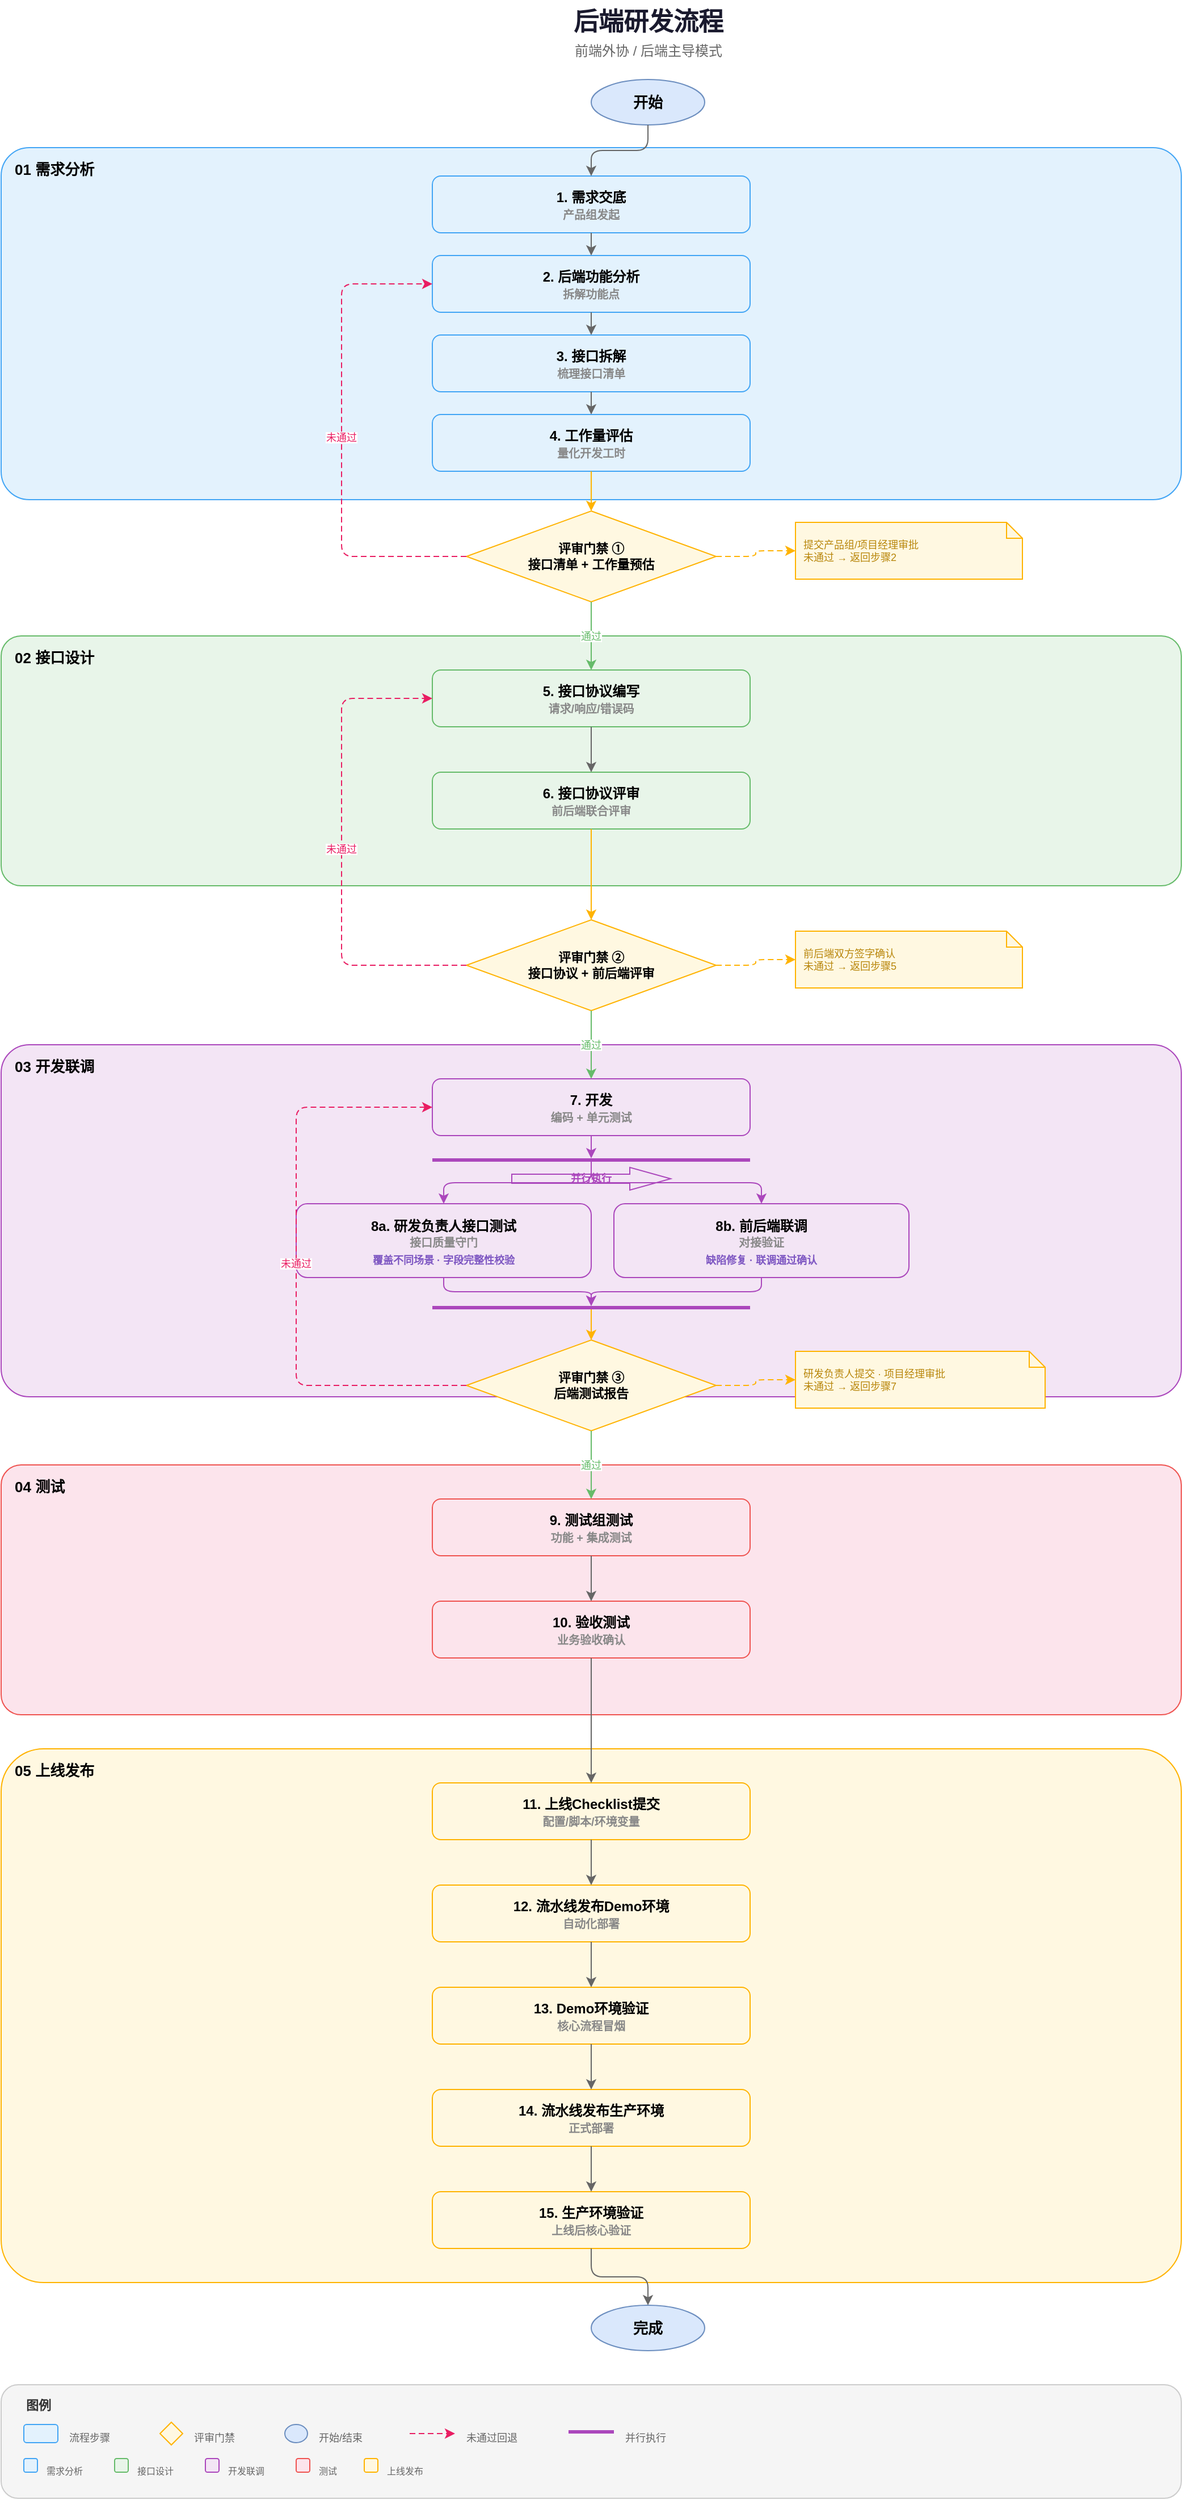
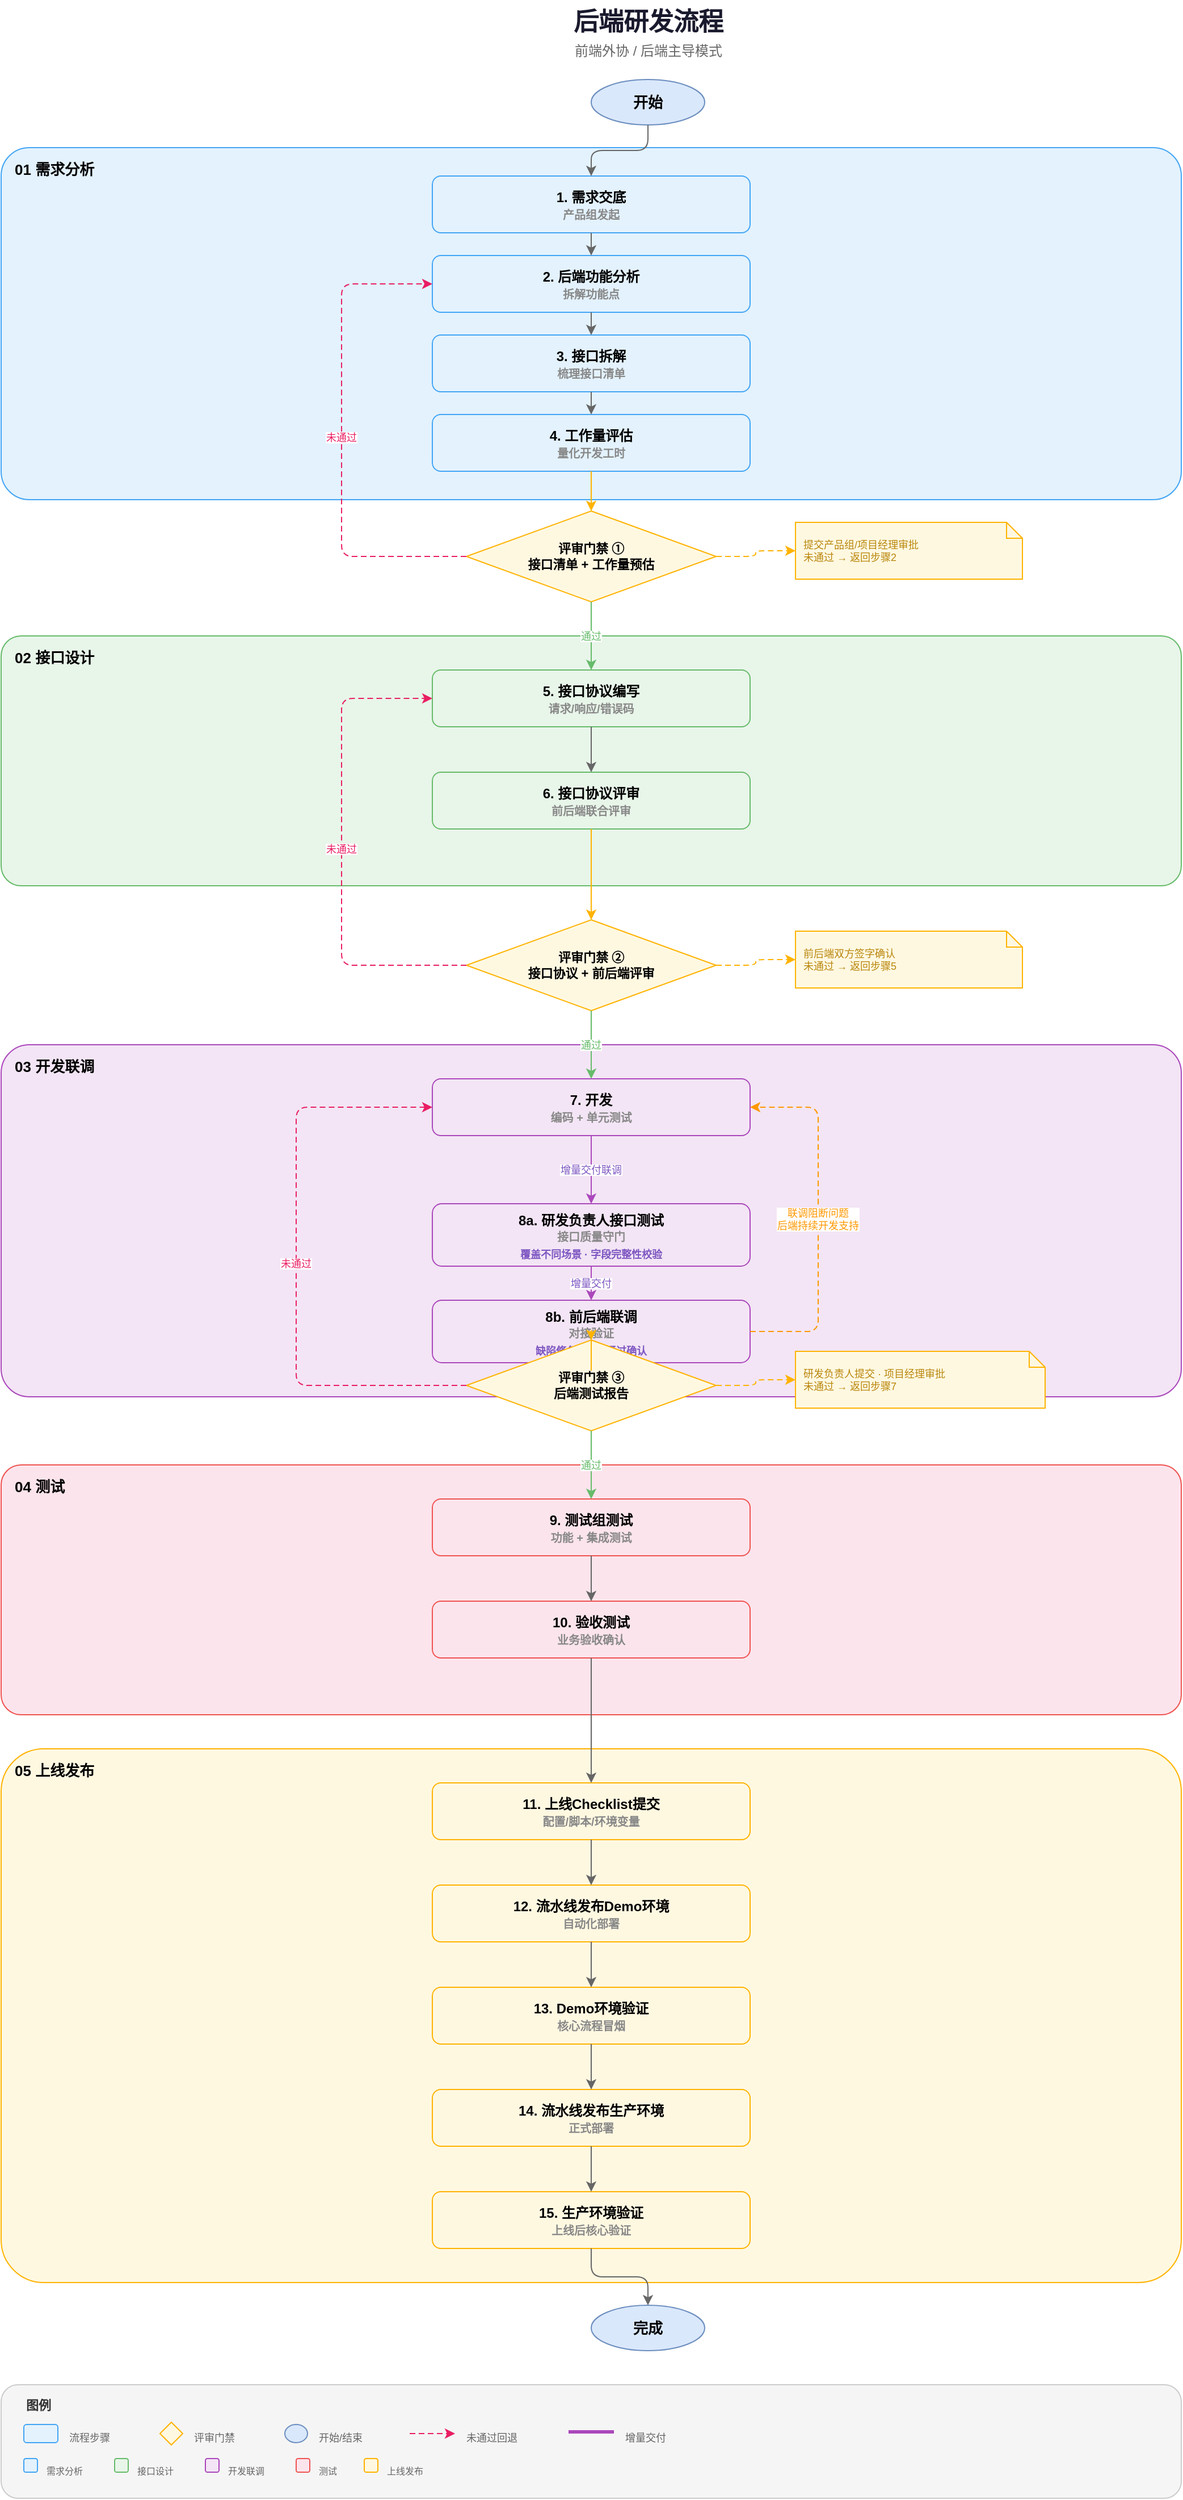
<mxfile host="app.diagrams.net" modified="2026-06-11T12:00:00.000Z" agent="Trae" version="24.0.0" type="device">
  <diagram id="backend-dev-process" name="后端研发流程">
    <mxGraphModel dx="1422" dy="762" grid="1" gridSize="10" guides="1" tooltips="1" connect="1" arrows="1" fold="1" page="1" pageScale="1" pageWidth="1600" pageHeight="2400" math="0" shadow="0">
      <root>
        <mxCell id="0"/>
        <mxCell id="1" parent="0"/>

        <!-- Title -->
        <mxCell id="title" value="后端研发流程" style="text;html=1;fontSize=22;fontStyle=1;align=center;verticalAlign=middle;fillColor=none;strokeColor=none;fontColor=#1a1a2e;" vertex="1" parent="1">
          <mxGeometry x="500" y="20" width="300" height="40" as="geometry"/>
        </mxCell>
        <mxCell id="subtitle" value="前端外协 / 后端主导模式" style="text;html=1;fontSize=12;align=center;verticalAlign=middle;fillColor=none;strokeColor=none;fontColor=#666666;" vertex="1" parent="1">
          <mxGeometry x="500" y="55" width="300" height="20" as="geometry"/>
        </mxCell>

        <!-- Start -->
        <mxCell id="start" value="开始" style="ellipse;whiteSpace=wrap;html=1;fillColor=#dae8fc;strokeColor=#6c8ebf;fontStyle=1;fontSize=13;" vertex="1" parent="1">
          <mxGeometry x="600" y="90" width="100" height="40" as="geometry"/>
        </mxCell>

        <!-- ==================== Phase 1: 需求分析 ==================== -->
        <mxCell id="phase1" value="01 需求分析" style="shape=mxgraph.c4x.group;whiteSpace=wrap;html=1;fillColor=#E3F2FD;strokeColor=#42A5F5;fontStyle=1;fontSize=13;verticalAlign=top;align=left;spacingLeft=10;spacingTop=5;rounded=1;arcSize=8;" vertex="1" parent="1">
          <mxGeometry x="80" y="150" width="1040" height="310" as="geometry"/>
        </mxCell>

        <mxCell id="step1" value="1. 需求交底&lt;br&gt;&lt;font color=&quot;#888&quot; style=&quot;font-size:10px&quot;&gt;产品组发起&lt;/font&gt;" style="rounded=1;whiteSpace=wrap;html=1;fillColor=#E3F2FD;strokeColor=#42A5F5;fontSize=12;fontStyle=1;verticalAlign=middle;spacingTop=2;" vertex="1" parent="1">
          <mxGeometry x="460" y="175" width="280" height="50" as="geometry"/>
        </mxCell>
        <mxCell id="step2" value="2. 后端功能分析&lt;br&gt;&lt;font color=&quot;#888&quot; style=&quot;font-size:10px&quot;&gt;拆解功能点&lt;/font&gt;" style="rounded=1;whiteSpace=wrap;html=1;fillColor=#E3F2FD;strokeColor=#42A5F5;fontSize=12;fontStyle=1;verticalAlign=middle;spacingTop=2;" vertex="1" parent="1">
          <mxGeometry x="460" y="245" width="280" height="50" as="geometry"/>
        </mxCell>
        <mxCell id="step3" value="3. 接口拆解&lt;br&gt;&lt;font color=&quot;#888&quot; style=&quot;font-size:10px&quot;&gt;梳理接口清单&lt;/font&gt;" style="rounded=1;whiteSpace=wrap;html=1;fillColor=#E3F2FD;strokeColor=#42A5F5;fontSize=12;fontStyle=1;verticalAlign=middle;spacingTop=2;" vertex="1" parent="1">
          <mxGeometry x="460" y="315" width="280" height="50" as="geometry"/>
        </mxCell>
        <mxCell id="step4" value="4. 工作量评估&lt;br&gt;&lt;font color=&quot;#888&quot; style=&quot;font-size:10px&quot;&gt;量化开发工时&lt;/font&gt;" style="rounded=1;whiteSpace=wrap;html=1;fillColor=#E3F2FD;strokeColor=#42A5F5;fontSize=12;fontStyle=1;verticalAlign=middle;spacingTop=2;" vertex="1" parent="1">
          <mxGeometry x="460" y="385" width="280" height="50" as="geometry"/>
        </mxCell>

        <!-- Arrows Phase 1 -->
        <mxCell id="a_start_s1" style="edgeStyle=orthogonalEdgeStyle;rounded=1;strokeColor=#666666;" edge="1" source="start" target="step1" parent="1">
          <mxGeometry relative="1" as="geometry"/>
        </mxCell>
        <mxCell id="a_s1_s2" style="edgeStyle=orthogonalEdgeStyle;rounded=1;strokeColor=#666666;" edge="1" source="step1" target="step2" parent="1">
          <mxGeometry relative="1" as="geometry"/>
        </mxCell>
        <mxCell id="a_s2_s3" style="edgeStyle=orthogonalEdgeStyle;rounded=1;strokeColor=#666666;" edge="1" source="step2" target="step3" parent="1">
          <mxGeometry relative="1" as="geometry"/>
        </mxCell>
        <mxCell id="a_s3_s4" style="edgeStyle=orthogonalEdgeStyle;rounded=1;strokeColor=#666666;" edge="1" source="step3" target="step4" parent="1">
          <mxGeometry relative="1" as="geometry"/>
        </mxCell>

        <!-- Gate 1 -->
        <mxCell id="gate1" value="评审门禁 ①&lt;br&gt;接口清单 + 工作量预估" style="rhombus;whiteSpace=wrap;html=1;fillColor=#FFF8E1;strokeColor=#FFB300;fontSize=11;fontStyle=1;verticalAlign=middle;" vertex="1" parent="1">
          <mxGeometry x="490" y="470" width="220" height="80" as="geometry"/>
        </mxCell>
        <mxCell id="gate1_note" value="提交产品组/项目经理审批&lt;br&gt;未通过 → 返回步骤2" style="shape=note;whiteSpace=wrap;html=1;size=14;fillColor=#FFF8E1;strokeColor=#FFB300;fontSize=9;fontColor=#B8860B;align=left;spacingLeft=5;" vertex="1" parent="1">
          <mxGeometry x="780" y="480" width="200" height="50" as="geometry"/>
        </mxCell>
        <mxCell id="a_gate1_note" style="edgeStyle=orthogonalEdgeStyle;rounded=1;strokeColor=#FFB300;dashed=1;dashPattern=5 3;" edge="1" source="gate1" target="gate1_note" parent="1">
          <mxGeometry relative="1" as="geometry"/>
        </mxCell>

        <mxCell id="a_s4_g1" style="edgeStyle=orthogonalEdgeStyle;rounded=1;strokeColor=#FFB300;" edge="1" source="step4" target="gate1" parent="1">
          <mxGeometry relative="1" as="geometry"/>
        </mxCell>
        <mxCell id="a_g1_fail" value="未通过" style="edgeStyle=orthogonalEdgeStyle;rounded=1;strokeColor=#E91E63;dashed=1;dashPattern=5 3;fontSize=9;fontColor=#E91E63;exitX=0;exitY=0.5;exitDx=0;exitDy=0;entryX=0;entryY=0.5;entryDx=0;entryDy=0;" edge="1" source="gate1" target="step2" parent="1">
          <mxGeometry relative="1" as="geometry">
            <Array as="points">
              <mxPoint x="380" y="510"/>
              <mxPoint x="380" y="270"/>
            </Array>
          </mxGeometry>
        </mxCell>

        <!-- ==================== Phase 2: 接口设计 ==================== -->
        <mxCell id="phase2" value="02 接口设计" style="shape=mxgraph.c4x.group;whiteSpace=wrap;html=1;fillColor=#E8F5E9;strokeColor=#66BB6A;fontStyle=1;fontSize=13;verticalAlign=top;align=left;spacingLeft=10;spacingTop=5;rounded=1;arcSize=8;" vertex="1" parent="1">
          <mxGeometry x="80" y="580" width="1040" height="220" as="geometry"/>
        </mxCell>

        <mxCell id="step5" value="5. 接口协议编写&lt;br&gt;&lt;font color=&quot;#888&quot; style=&quot;font-size:10px&quot;&gt;请求/响应/错误码&lt;/font&gt;" style="rounded=1;whiteSpace=wrap;html=1;fillColor=#E8F5E9;strokeColor=#66BB6A;fontSize=12;fontStyle=1;verticalAlign=middle;spacingTop=2;" vertex="1" parent="1">
          <mxGeometry x="460" y="610" width="280" height="50" as="geometry"/>
        </mxCell>
        <mxCell id="step6" value="6. 接口协议评审&lt;br&gt;&lt;font color=&quot;#888&quot; style=&quot;font-size:10px&quot;&gt;前后端联合评审&lt;/font&gt;" style="rounded=1;whiteSpace=wrap;html=1;fillColor=#E8F5E9;strokeColor=#66BB6A;fontSize=12;fontStyle=1;verticalAlign=middle;spacingTop=2;" vertex="1" parent="1">
          <mxGeometry x="460" y="700" width="280" height="50" as="geometry"/>
        </mxCell>

        <mxCell id="a_g1_s5" value="通过" style="edgeStyle=orthogonalEdgeStyle;rounded=1;strokeColor=#66BB6A;fontSize=9;fontColor=#66BB6A;" edge="1" source="gate1" target="step5" parent="1">
          <mxGeometry relative="1" as="geometry"/>
        </mxCell>
        <mxCell id="a_s5_s6" style="edgeStyle=orthogonalEdgeStyle;rounded=1;strokeColor=#666666;" edge="1" source="step5" target="step6" parent="1">
          <mxGeometry relative="1" as="geometry"/>
        </mxCell>

        <!-- Gate 2 -->
        <mxCell id="gate2" value="评审门禁 ②&lt;br&gt;接口协议 + 前后端评审" style="rhombus;whiteSpace=wrap;html=1;fillColor=#FFF8E1;strokeColor=#FFB300;fontSize=11;fontStyle=1;verticalAlign=middle;" vertex="1" parent="1">
          <mxGeometry x="490" y="830" width="220" height="80" as="geometry"/>
        </mxCell>
        <mxCell id="gate2_note" value="前后端双方签字确认&lt;br&gt;未通过 → 返回步骤5" style="shape=note;whiteSpace=wrap;html=1;size=14;fillColor=#FFF8E1;strokeColor=#FFB300;fontSize=9;fontColor=#B8860B;align=left;spacingLeft=5;" vertex="1" parent="1">
          <mxGeometry x="780" y="840" width="200" height="50" as="geometry"/>
        </mxCell>
        <mxCell id="a_gate2_note" style="edgeStyle=orthogonalEdgeStyle;rounded=1;strokeColor=#FFB300;dashed=1;dashPattern=5 3;" edge="1" source="gate2" target="gate2_note" parent="1">
          <mxGeometry relative="1" as="geometry"/>
        </mxCell>

        <mxCell id="a_s6_g2" style="edgeStyle=orthogonalEdgeStyle;rounded=1;strokeColor=#FFB300;" edge="1" source="step6" target="gate2" parent="1">
          <mxGeometry relative="1" as="geometry"/>
        </mxCell>
        <mxCell id="a_g2_fail" value="未通过" style="edgeStyle=orthogonalEdgeStyle;rounded=1;strokeColor=#E91E63;dashed=1;dashPattern=5 3;fontSize=9;fontColor=#E91E63;exitX=0;exitY=0.5;exitDx=0;exitDy=0;entryX=0;entryY=0.5;entryDx=0;entryDy=0;" edge="1" source="gate2" target="step5" parent="1">
          <mxGeometry relative="1" as="geometry">
            <Array as="points">
              <mxPoint x="380" y="870"/>
              <mxPoint x="380" y="635"/>
            </Array>
          </mxGeometry>
        </mxCell>

        <!-- ==================== Phase 3: 开发联调 ==================== -->
        <mxCell id="phase3" value="03 开发联调" style="shape=mxgraph.c4x.group;whiteSpace=wrap;html=1;fillColor=#F3E5F5;strokeColor=#AB47BC;fontStyle=1;fontSize=13;verticalAlign=top;align=left;spacingLeft=10;spacingTop=5;rounded=1;arcSize=8;" vertex="1" parent="1">
          <mxGeometry x="80" y="940" width="1040" height="310" as="geometry"/>
        </mxCell>

        <mxCell id="step7" value="7. 开发&lt;br&gt;&lt;font color=&quot;#888&quot; style=&quot;font-size:10px&quot;&gt;编码 + 单元测试&lt;/font&gt;" style="rounded=1;whiteSpace=wrap;html=1;fillColor=#F3E5F5;strokeColor=#AB47BC;fontSize=12;fontStyle=1;verticalAlign=middle;spacingTop=2;" vertex="1" parent="1">
          <mxGeometry x="460" y="970" width="280" height="50" as="geometry"/>
        </mxCell>

        <mxCell id="a_g2_s7" value="通过" style="edgeStyle=orthogonalEdgeStyle;rounded=1;strokeColor=#66BB6A;fontSize=9;fontColor=#66BB6A;" edge="1" source="gate2" target="step7" parent="1">
          <mxGeometry relative="1" as="geometry"/>
        </mxCell>

-         <!-- Parallel bar (fork) -->
-         <mxCell id="fork_bar" value="" style="shape=line;fillColor=#AB47BC;strokeColor=#AB47BC;strokeWidth=3;" vertex="1" parent="1">
-           <mxGeometry x="460" y="1040" width="280" height="3" as="geometry"/>
-         </mxCell>
-         <mxCell id="a_s7_fork" style="edgeStyle=orthogonalEdgeStyle;rounded=1;strokeColor=#AB47BC;" edge="1" source="step7" target="fork_bar" parent="1">
-           <mxGeometry relative="1" as="geometry"/>
-         </mxCell>
- 
-         <!-- Parallel label -->
-         <mxCell id="parallel_label" value="并行执行" style="shape=mxgraph.arrows2.arrow;dy=0.6;dx=36;notch=0;fillColor=#F3E5F5;strokeColor=#AB47BC;fontSize=9;fontStyle=1;fontColor=#AB47BC;whiteSpace=wrap;align=center;" vertex="1" parent="1">
-           <mxGeometry x="530" y="1048" width="140" height="20" as="geometry"/>
-         </mxCell>
- 
        <!-- Step 8a -->
        <mxCell id="step8a" value="8a. 研发负责人接口测试&lt;br&gt;&lt;font color=&quot;#888&quot; style=&quot;font-size:10px&quot;&gt;接口质量守门&lt;/font&gt;&lt;br&gt;&lt;font color=&quot;#7E57C2&quot; style=&quot;font-size:9px&quot;&gt;覆盖不同场景 · 字段完整性校验&lt;/font&gt;" style="rounded=1;whiteSpace=wrap;html=1;fillColor=#F3E5F5;strokeColor=#AB47BC;fontSize=12;fontStyle=1;verticalAlign=middle;spacingTop=2;" vertex="1" parent="1">
-           <mxGeometry x="340" y="1080" width="260" height="65" as="geometry"/>
-         </mxCell>
+           <mxGeometry x="460" y="1080" width="280" height="55" as="geometry"/>
+         </mxCell>
+ 
+         <mxCell id="a_s7_8a" value="增量交付联调" style="edgeStyle=orthogonalEdgeStyle;rounded=1;strokeColor=#AB47BC;fontSize=9;fontColor=#7E57C2;" edge="1" source="step7" target="step8a" parent="1">
+           <mxGeometry relative="1" as="geometry"/>
+         </mxCell>
+ 
        <!-- Step 8b -->
        <mxCell id="step8b" value="8b. 前后端联调&lt;br&gt;&lt;font color=&quot;#888&quot; style=&quot;font-size:10px&quot;&gt;对接验证&lt;/font&gt;&lt;br&gt;&lt;font color=&quot;#7E57C2&quot; style=&quot;font-size:9px&quot;&gt;缺陷修复 · 联调通过确认&lt;/font&gt;" style="rounded=1;whiteSpace=wrap;html=1;fillColor=#F3E5F5;strokeColor=#AB47BC;fontSize=12;fontStyle=1;verticalAlign=middle;spacingTop=2;" vertex="1" parent="1">
-           <mxGeometry x="620" y="1080" width="260" height="65" as="geometry"/>
-         </mxCell>
- 
-         <mxCell id="a_fork_8a" style="edgeStyle=orthogonalEdgeStyle;rounded=1;strokeColor=#AB47BC;" edge="1" source="fork_bar" target="step8a" parent="1">
-           <mxGeometry relative="1" as="geometry"/>
-         </mxCell>
-         <mxCell id="a_fork_8b" style="edgeStyle=orthogonalEdgeStyle;rounded=1;strokeColor=#AB47BC;" edge="1" source="fork_bar" target="step8b" parent="1">
-           <mxGeometry relative="1" as="geometry"/>
-         </mxCell>
- 
-         <!-- Join bar -->
-         <mxCell id="join_bar" value="" style="shape=line;fillColor=#AB47BC;strokeColor=#AB47BC;strokeWidth=3;" vertex="1" parent="1">
-           <mxGeometry x="460" y="1170" width="280" height="3" as="geometry"/>
-         </mxCell>
-         <mxCell id="a_8a_join" style="edgeStyle=orthogonalEdgeStyle;rounded=1;strokeColor=#AB47BC;" edge="1" source="step8a" target="join_bar" parent="1">
-           <mxGeometry relative="1" as="geometry"/>
-         </mxCell>
-         <mxCell id="a_8b_join" style="edgeStyle=orthogonalEdgeStyle;rounded=1;strokeColor=#AB47BC;" edge="1" source="step8b" target="join_bar" parent="1">
-           <mxGeometry relative="1" as="geometry"/>
+           <mxGeometry x="460" y="1165" width="280" height="55" as="geometry"/>
+         </mxCell>
+ 
+         <mxCell id="a_8a_8b" value="增量交付" style="edgeStyle=orthogonalEdgeStyle;rounded=1;strokeColor=#AB47BC;fontSize=9;fontColor=#7E57C2;" edge="1" source="step8a" target="step8b" parent="1">
+           <mxGeometry relative="1" as="geometry"/>
+         </mxCell>
+ 
+         <!-- Feedback loop: 8b → 7 (blocking issues) -->
+         <mxCell id="a_8b_7_feedback" value="联调阻断问题&#xa;后端持续开发支持" style="edgeStyle=orthogonalEdgeStyle;rounded=1;strokeColor=#FF9800;dashed=1;dashPattern=5 3;fontSize=9;fontColor=#FF9800;exitX=1;exitY=0.5;exitDx=0;exitDy=0;entryX=1;entryY=0.5;entryDx=0;entryDy=0;" edge="1" source="step8b" target="step7" parent="1">
+           <mxGeometry relative="1" as="geometry">
+             <Array as="points">
+               <mxPoint x="800" y="1192"/>
+               <mxPoint x="800" y="995"/>
+             </Array>
+           </mxGeometry>
        </mxCell>

        <!-- Gate 3 (after step 8) -->
        <mxCell id="gate3" value="评审门禁 ③&lt;br&gt;后端测试报告" style="rhombus;whiteSpace=wrap;html=1;fillColor=#FFF8E1;strokeColor=#FFB300;fontSize=11;fontStyle=1;verticalAlign=middle;" vertex="1" parent="1">
          <mxGeometry x="490" y="1200" width="220" height="80" as="geometry"/>
        </mxCell>
        <mxCell id="gate3_note" value="研发负责人提交 · 项目经理审批&lt;br&gt;未通过 → 返回步骤7" style="shape=note;whiteSpace=wrap;html=1;size=14;fillColor=#FFF8E1;strokeColor=#FFB300;fontSize=9;fontColor=#B8860B;align=left;spacingLeft=5;" vertex="1" parent="1">
          <mxGeometry x="780" y="1210" width="220" height="50" as="geometry"/>
        </mxCell>
        <mxCell id="a_gate3_note" style="edgeStyle=orthogonalEdgeStyle;rounded=1;strokeColor=#FFB300;dashed=1;dashPattern=5 3;" edge="1" source="gate3" target="gate3_note" parent="1">
          <mxGeometry relative="1" as="geometry"/>
        </mxCell>

-         <mxCell id="a_join_g3" style="edgeStyle=orthogonalEdgeStyle;rounded=1;strokeColor=#FFB300;" edge="1" source="join_bar" target="gate3" parent="1">
+         <mxCell id="a_8b_g3" style="edgeStyle=orthogonalEdgeStyle;rounded=1;strokeColor=#FFB300;" edge="1" source="step8b" target="gate3" parent="1">
          <mxGeometry relative="1" as="geometry"/>
        </mxCell>
        <mxCell id="a_g3_fail" value="未通过" style="edgeStyle=orthogonalEdgeStyle;rounded=1;strokeColor=#E91E63;dashed=1;dashPattern=5 3;fontSize=9;fontColor=#E91E63;exitX=0;exitY=0.5;exitDx=0;exitDy=0;entryX=0;entryY=0.5;entryDx=0;entryDy=0;" edge="1" source="gate3" target="step7" parent="1">
          <mxGeometry relative="1" as="geometry">
            <Array as="points">
              <mxPoint x="340" y="1240"/>
              <mxPoint x="340" y="995"/>
            </Array>
          </mxGeometry>
        </mxCell>

        <!-- ==================== Phase 4: 测试 ==================== -->
        <mxCell id="phase4" value="04 测试" style="shape=mxgraph.c4x.group;whiteSpace=wrap;html=1;fillColor=#FCE4EC;strokeColor=#EF5350;fontStyle=1;fontSize=13;verticalAlign=top;align=left;spacingLeft=10;spacingTop=5;rounded=1;arcSize=8;" vertex="1" parent="1">
          <mxGeometry x="80" y="1310" width="1040" height="220" as="geometry"/>
        </mxCell>

        <mxCell id="step9" value="9. 测试组测试&lt;br&gt;&lt;font color=&quot;#888&quot; style=&quot;font-size:10px&quot;&gt;功能 + 集成测试&lt;/font&gt;" style="rounded=1;whiteSpace=wrap;html=1;fillColor=#FCE4EC;strokeColor=#EF5350;fontSize=12;fontStyle=1;verticalAlign=middle;spacingTop=2;" vertex="1" parent="1">
          <mxGeometry x="460" y="1340" width="280" height="50" as="geometry"/>
        </mxCell>
        <mxCell id="step10" value="10. 验收测试&lt;br&gt;&lt;font color=&quot;#888&quot; style=&quot;font-size:10px&quot;&gt;业务验收确认&lt;/font&gt;" style="rounded=1;whiteSpace=wrap;html=1;fillColor=#FCE4EC;strokeColor=#EF5350;fontSize=12;fontStyle=1;verticalAlign=middle;spacingTop=2;" vertex="1" parent="1">
          <mxGeometry x="460" y="1430" width="280" height="50" as="geometry"/>
        </mxCell>

        <mxCell id="a_g3_s9" value="通过" style="edgeStyle=orthogonalEdgeStyle;rounded=1;strokeColor=#66BB6A;fontSize=9;fontColor=#66BB6A;" edge="1" source="gate3" target="step9" parent="1">
          <mxGeometry relative="1" as="geometry"/>
        </mxCell>
        <mxCell id="a_s9_s10" style="edgeStyle=orthogonalEdgeStyle;rounded=1;strokeColor=#666666;" edge="1" source="step9" target="step10" parent="1">
          <mxGeometry relative="1" as="geometry"/>
        </mxCell>

        <!-- ==================== Phase 5: 上线发布 ==================== -->
        <mxCell id="phase5" value="05 上线发布" style="shape=mxgraph.c4x.group;whiteSpace=wrap;html=1;fillColor=#FFF8E1;strokeColor=#FFB300;fontStyle=1;fontSize=13;verticalAlign=top;align=left;spacingLeft=10;spacingTop=5;rounded=1;arcSize=8;" vertex="1" parent="1">
          <mxGeometry x="80" y="1560" width="1040" height="470" as="geometry"/>
        </mxCell>

        <mxCell id="step11" value="11. 上线Checklist提交&lt;br&gt;&lt;font color=&quot;#888&quot; style=&quot;font-size:10px&quot;&gt;配置/脚本/环境变量&lt;/font&gt;" style="rounded=1;whiteSpace=wrap;html=1;fillColor=#FFF8E1;strokeColor=#FFB300;fontSize=12;fontStyle=1;verticalAlign=middle;spacingTop=2;" vertex="1" parent="1">
          <mxGeometry x="460" y="1590" width="280" height="50" as="geometry"/>
        </mxCell>
        <mxCell id="step12" value="12. 流水线发布Demo环境&lt;br&gt;&lt;font color=&quot;#888&quot; style=&quot;font-size:10px&quot;&gt;自动化部署&lt;/font&gt;" style="rounded=1;whiteSpace=wrap;html=1;fillColor=#FFF8E1;strokeColor=#FFB300;fontSize=12;fontStyle=1;verticalAlign=middle;spacingTop=2;" vertex="1" parent="1">
          <mxGeometry x="460" y="1680" width="280" height="50" as="geometry"/>
        </mxCell>
        <mxCell id="step13" value="13. Demo环境验证&lt;br&gt;&lt;font color=&quot;#888&quot; style=&quot;font-size:10px&quot;&gt;核心流程冒烟&lt;/font&gt;" style="rounded=1;whiteSpace=wrap;html=1;fillColor=#FFF8E1;strokeColor=#FFB300;fontSize=12;fontStyle=1;verticalAlign=middle;spacingTop=2;" vertex="1" parent="1">
          <mxGeometry x="460" y="1770" width="280" height="50" as="geometry"/>
        </mxCell>
        <mxCell id="step14" value="14. 流水线发布生产环境&lt;br&gt;&lt;font color=&quot;#888&quot; style=&quot;font-size:10px&quot;&gt;正式部署&lt;/font&gt;" style="rounded=1;whiteSpace=wrap;html=1;fillColor=#FFF8E1;strokeColor=#FFB300;fontSize=12;fontStyle=1;verticalAlign=middle;spacingTop=2;" vertex="1" parent="1">
          <mxGeometry x="460" y="1860" width="280" height="50" as="geometry"/>
        </mxCell>
        <mxCell id="step15" value="15. 生产环境验证&lt;br&gt;&lt;font color=&quot;#888&quot; style=&quot;font-size:10px&quot;&gt;上线后核心验证&lt;/font&gt;" style="rounded=1;whiteSpace=wrap;html=1;fillColor=#FFF8E1;strokeColor=#FFB300;fontSize=12;fontStyle=1;verticalAlign=middle;spacingTop=2;" vertex="1" parent="1">
          <mxGeometry x="460" y="1950" width="280" height="50" as="geometry"/>
        </mxCell>

        <mxCell id="a_s10_s11" style="edgeStyle=orthogonalEdgeStyle;rounded=1;strokeColor=#666666;" edge="1" source="step10" target="step11" parent="1">
          <mxGeometry relative="1" as="geometry"/>
        </mxCell>
        <mxCell id="a_s11_s12" style="edgeStyle=orthogonalEdgeStyle;rounded=1;strokeColor=#666666;" edge="1" source="step11" target="step12" parent="1">
          <mxGeometry relative="1" as="geometry"/>
        </mxCell>
        <mxCell id="a_s12_s13" style="edgeStyle=orthogonalEdgeStyle;rounded=1;strokeColor=#666666;" edge="1" source="step12" target="step13" parent="1">
          <mxGeometry relative="1" as="geometry"/>
        </mxCell>
        <mxCell id="a_s13_s14" style="edgeStyle=orthogonalEdgeStyle;rounded=1;strokeColor=#666666;" edge="1" source="step13" target="step14" parent="1">
          <mxGeometry relative="1" as="geometry"/>
        </mxCell>
        <mxCell id="a_s14_s15" style="edgeStyle=orthogonalEdgeStyle;rounded=1;strokeColor=#666666;" edge="1" source="step14" target="step15" parent="1">
          <mxGeometry relative="1" as="geometry"/>
        </mxCell>

        <!-- End -->
        <mxCell id="end" value="完成" style="ellipse;whiteSpace=wrap;html=1;fillColor=#dae8fc;strokeColor=#6c8ebf;fontStyle=1;fontSize=13;" vertex="1" parent="1">
          <mxGeometry x="600" y="2050" width="100" height="40" as="geometry"/>
        </mxCell>
        <mxCell id="a_s15_end" style="edgeStyle=orthogonalEdgeStyle;rounded=1;strokeColor=#666666;" edge="1" source="step15" target="end" parent="1">
          <mxGeometry relative="1" as="geometry"/>
        </mxCell>

        <!-- ==================== Legend ==================== -->
        <mxCell id="legend_bg" value="" style="rounded=1;whiteSpace=wrap;html=1;fillColor=#F5F5F5;strokeColor=#CCCCCC;" vertex="1" parent="1">
          <mxGeometry x="80" y="2120" width="1040" height="100" as="geometry"/>
        </mxCell>
        <mxCell id="legend_title" value="图例" style="text;html=1;fontSize=11;fontStyle=1;fillColor=none;strokeColor=none;fontColor=#333333;" vertex="1" parent="1">
          <mxGeometry x="100" y="2125" width="40" height="20" as="geometry"/>
        </mxCell>
        <mxCell id="leg_step" value="" style="rounded=1;fillColor=#E3F2FD;strokeColor=#42A5F5;" vertex="1" parent="1">
          <mxGeometry x="100" y="2155" width="30" height="16" as="geometry"/>
        </mxCell>
        <mxCell id="leg_step_t" value="流程步骤" style="text;html=1;fontSize=9;fillColor=none;strokeColor=none;fontColor=#666666;" vertex="1" parent="1">
          <mxGeometry x="138" y="2155" width="60" height="16" as="geometry"/>
        </mxCell>
        <mxCell id="leg_gate" value="" style="rhombus;fillColor=#FFF8E1;strokeColor=#FFB300;" vertex="1" parent="1">
          <mxGeometry x="220" y="2153" width="20" height="20" as="geometry"/>
        </mxCell>
        <mxCell id="leg_gate_t" value="评审门禁" style="text;html=1;fontSize=9;fillColor=none;strokeColor=none;fontColor=#666666;" vertex="1" parent="1">
          <mxGeometry x="248" y="2155" width="60" height="16" as="geometry"/>
        </mxCell>
        <mxCell id="leg_start" value="" style="ellipse;fillColor=#dae8fc;strokeColor=#6c8ebf;" vertex="1" parent="1">
          <mxGeometry x="330" y="2155" width="20" height="16" as="geometry"/>
        </mxCell>
        <mxCell id="leg_start_t" value="开始/结束" style="text;html=1;fontSize=9;fillColor=none;strokeColor=none;fontColor=#666666;" vertex="1" parent="1">
          <mxGeometry x="358" y="2155" width="60" height="16" as="geometry"/>
        </mxCell>
        <mxCell id="leg_fail" value="" style="endArrow=classic;html=1;strokeColor=#E91E63;dashed=1;dashPattern=5 3;" edge="1" parent="1">
          <mxGeometry relative="1" as="geometry">
            <mxPoint x="440" y="2163" as="sourcePoint"/>
            <mxPoint x="480" y="2163" as="targetPoint"/>
          </mxGeometry>
        </mxCell>
        <mxCell id="leg_fail_t" value="未通过回退" style="text;html=1;fontSize=9;fillColor=none;strokeColor=none;fontColor=#666666;" vertex="1" parent="1">
          <mxGeometry x="488" y="2155" width="70" height="16" as="geometry"/>
        </mxCell>
        <mxCell id="leg_parallel" value="" style="shape=line;fillColor=#AB47BC;strokeColor=#AB47BC;strokeWidth=3;" vertex="1" parent="1">
          <mxGeometry x="580" y="2160" width="40" height="3" as="geometry"/>
        </mxCell>
-         <mxCell id="leg_parallel_t" value="并行执行" style="text;html=1;fontSize=9;fillColor=none;strokeColor=none;fontColor=#666666;" vertex="1" parent="1">
+         <mxCell id="leg_parallel_t" value="增量交付" style="text;html=1;fontSize=9;fillColor=none;strokeColor=none;fontColor=#666666;" vertex="1" parent="1">
          <mxGeometry x="628" y="2155" width="60" height="16" as="geometry"/>
        </mxCell>

        <!-- Phase color legend -->
        <mxCell id="leg_p1" value="" style="rounded=1;fillColor=#E3F2FD;strokeColor=#42A5F5;" vertex="1" parent="1">
          <mxGeometry x="100" y="2185" width="12" height="12" as="geometry"/>
        </mxCell>
        <mxCell id="leg_p1_t" value="需求分析" style="text;html=1;fontSize=8;fillColor=none;strokeColor=none;fontColor=#666666;" vertex="1" parent="1">
          <mxGeometry x="118" y="2185" width="50" height="12" as="geometry"/>
        </mxCell>
        <mxCell id="leg_p2" value="" style="rounded=1;fillColor=#E8F5E9;strokeColor=#66BB6A;" vertex="1" parent="1">
          <mxGeometry x="180" y="2185" width="12" height="12" as="geometry"/>
        </mxCell>
        <mxCell id="leg_p2_t" value="接口设计" style="text;html=1;fontSize=8;fillColor=none;strokeColor=none;fontColor=#666666;" vertex="1" parent="1">
          <mxGeometry x="198" y="2185" width="50" height="12" as="geometry"/>
        </mxCell>
        <mxCell id="leg_p3" value="" style="rounded=1;fillColor=#F3E5F5;strokeColor=#AB47BC;" vertex="1" parent="1">
          <mxGeometry x="260" y="2185" width="12" height="12" as="geometry"/>
        </mxCell>
        <mxCell id="leg_p3_t" value="开发联调" style="text;html=1;fontSize=8;fillColor=none;strokeColor=none;fontColor=#666666;" vertex="1" parent="1">
          <mxGeometry x="278" y="2185" width="50" height="12" as="geometry"/>
        </mxCell>
        <mxCell id="leg_p4" value="" style="rounded=1;fillColor=#FCE4EC;strokeColor=#EF5350;" vertex="1" parent="1">
          <mxGeometry x="340" y="2185" width="12" height="12" as="geometry"/>
        </mxCell>
        <mxCell id="leg_p4_t" value="测试" style="text;html=1;fontSize=8;fillColor=none;strokeColor=none;fontColor=#666666;" vertex="1" parent="1">
          <mxGeometry x="358" y="2185" width="30" height="12" as="geometry"/>
        </mxCell>
        <mxCell id="leg_p5" value="" style="rounded=1;fillColor=#FFF8E1;strokeColor=#FFB300;" vertex="1" parent="1">
          <mxGeometry x="400" y="2185" width="12" height="12" as="geometry"/>
        </mxCell>
        <mxCell id="leg_p5_t" value="上线发布" style="text;html=1;fontSize=8;fillColor=none;strokeColor=none;fontColor=#666666;" vertex="1" parent="1">
          <mxGeometry x="418" y="2185" width="50" height="12" as="geometry"/>
        </mxCell>

      </root>
    </mxGraphModel>
  </diagram>
</mxfile>